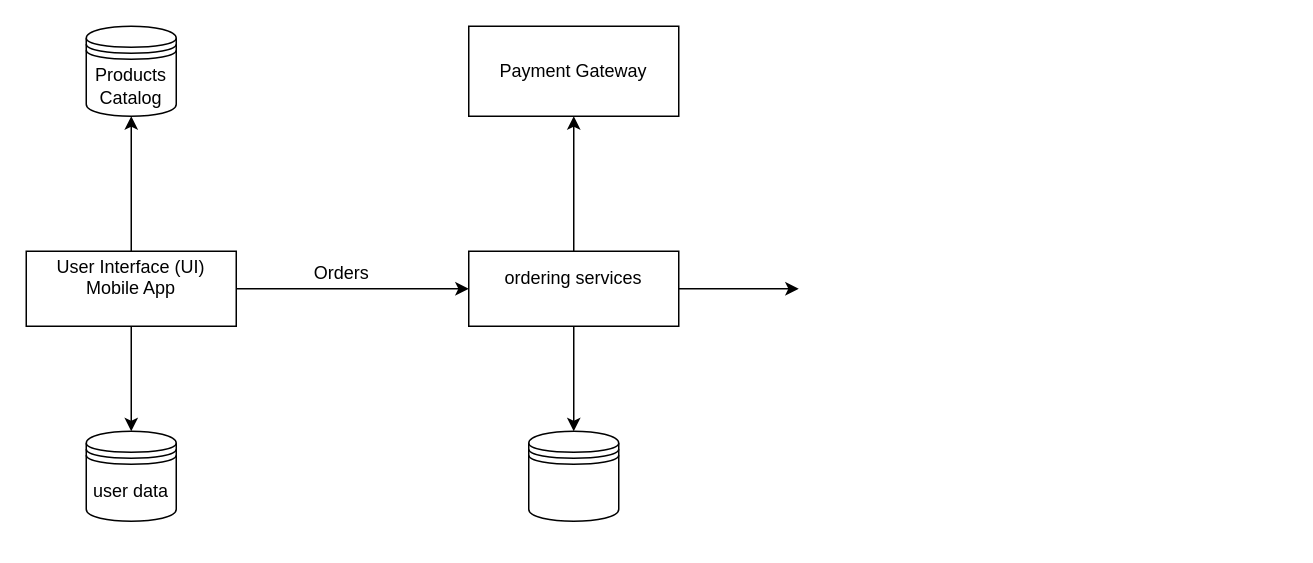
This is Untitled Diagram.drawio from BeLimitLess/draw.io, a draw.io file, before an edit. Source tidied: cells renumbered, new cells numbered last; positions are measured from the earlier drawing's top-left corner, leaving out a move shared by most shapes. Both pictures are drawn from the tidied source at 150%, with x=0, y=0 at pixel (26, 26).
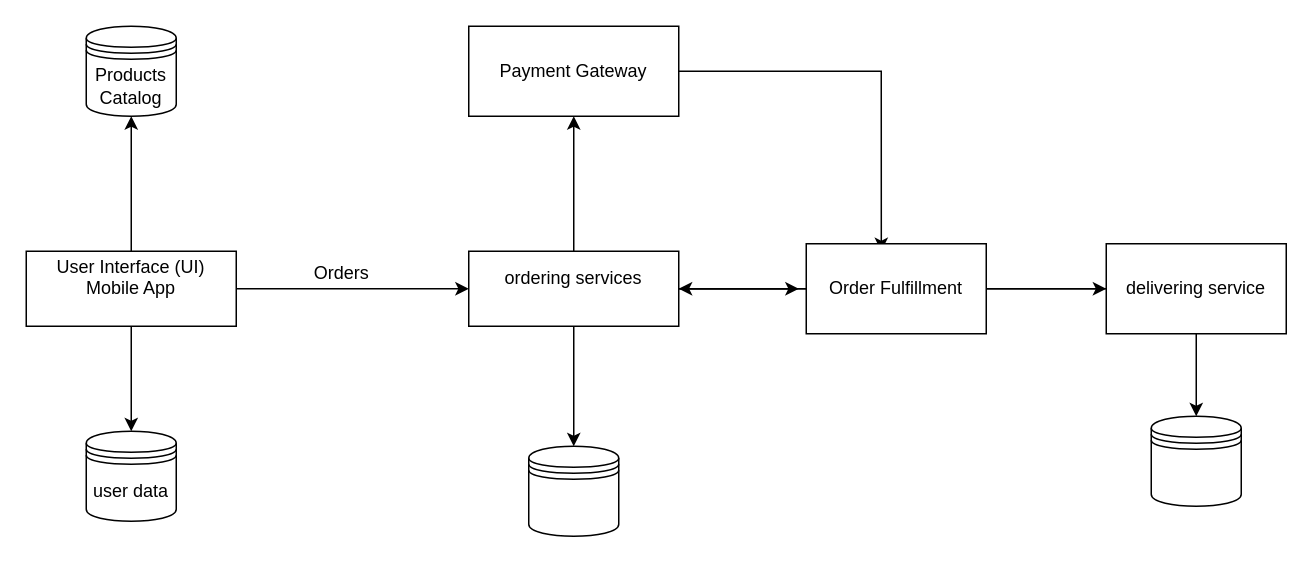
Above is the later version.

Unchanged cells that the change refers to:
```xml
<mxCell id="10" value="&lt;div&gt;ordering services&lt;/div&gt;&lt;div&gt;&lt;br&gt;&lt;/div&gt;" style="rounded=0;whiteSpace=wrap;html=1;" parent="1" vertex="1">
  <mxGeometry x="295" y="150" width="140" height="50" as="geometry" />
</mxCell>
<mxCell id="13" value="&lt;div&gt;Payment Gateway&lt;/div&gt;" style="rounded=0;whiteSpace=wrap;html=1;" parent="1" vertex="1">
  <mxGeometry x="295" width="140" height="60" as="geometry" />
</mxCell>
```

The edit, as a diff of the source:
```diff
@@
+    <mxCell id="15" style="edgeStyle=orthogonalEdgeStyle;rounded=0;jettySize=auto;html=1;" parent="1" edge="1" source="10" target="21">
+      <mxGeometry relative="1" as="geometry" />
+    </mxCell>
@@
+    <mxCell id="16" style="edgeStyle=orthogonalEdgeStyle;rounded=0;jettySize=auto;html=1;entryX=0.417;entryY=0.083;entryDx=0;entryDy=0;entryPerimeter=0;" parent="1" edge="1" source="13" target="19">
+      <mxGeometry relative="1" as="geometry">
+        <Array as="points">
+          <mxPoint x="570" y="30" />
+        </Array>
+      </mxGeometry>
+    </mxCell>
@@
     <mxCell id="14" style="shape=datastore;whiteSpace=wrap;html=1;" parent="1" vertex="1">
-      <mxGeometry x="335" y="270" width="60" height="60" as="geometry" />
+      <mxGeometry x="750" y="260" width="60" height="60" as="geometry" />
     </mxCell>
+    <mxCell id="17" style="edgeStyle=orthogonalEdgeStyle;rounded=0;jettySize=auto;html=1;entryX=1;entryY=0.5;entryDx=0;entryDy=0;" parent="1" edge="1" source="19" target="10">
+      <mxGeometry relative="1" as="geometry" />
+    </mxCell>
+    <mxCell id="18" style="edgeStyle=orthogonalEdgeStyle;rounded=0;jettySize=auto;html=1;" parent="1" edge="1" source="19" target="20">
+      <mxGeometry relative="1" as="geometry" />
+    </mxCell>
+    <mxCell id="19" value="&lt;div&gt;Order Fulfillment&lt;/div&gt;" style="rounded=0;whiteSpace=wrap;html=1;" parent="1" vertex="1">
+      <mxGeometry x="520" y="145" width="120" height="60" as="geometry" />
+    </mxCell>
+    <mxCell id="20" value="&lt;div&gt;delivering&lt;span style=&quot;background-color: initial;&quot;&gt;&amp;nbsp;service&lt;/span&gt;&lt;/div&gt;" style="rounded=0;whiteSpace=wrap;html=1;" parent="1" vertex="1">
+      <mxGeometry x="720" y="145" width="120" height="60" as="geometry" />
+    </mxCell>
+    <mxCell id="21" style="shape=datastore;whiteSpace=wrap;html=1;" parent="1" vertex="1">
+      <mxGeometry x="335" y="280" width="60" height="60" as="geometry" />
+    </mxCell>
```
